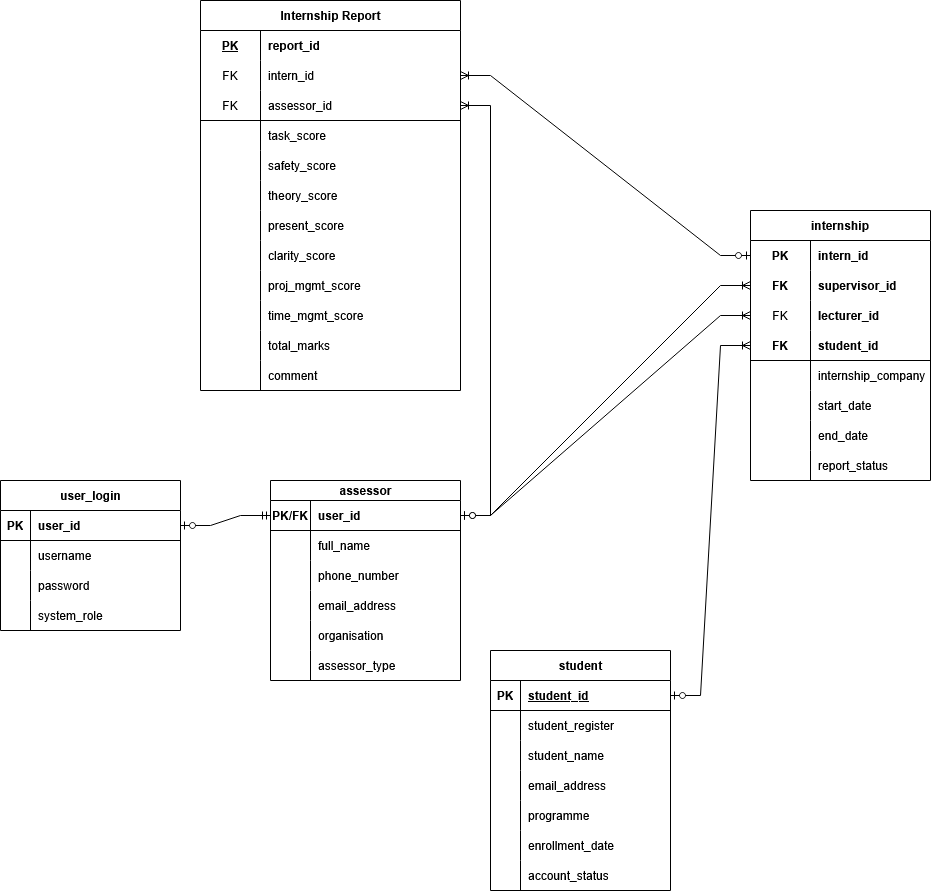
Aerodonn/Internship-Result-Management-System keeps this draw.io diagram as ER_Diagram.png. Above is the earlier version. Source tidied: cells renumbered, new cells last; positions are measured from the earlier drawing's top-left corner, leaving out a move shared by most shapes.
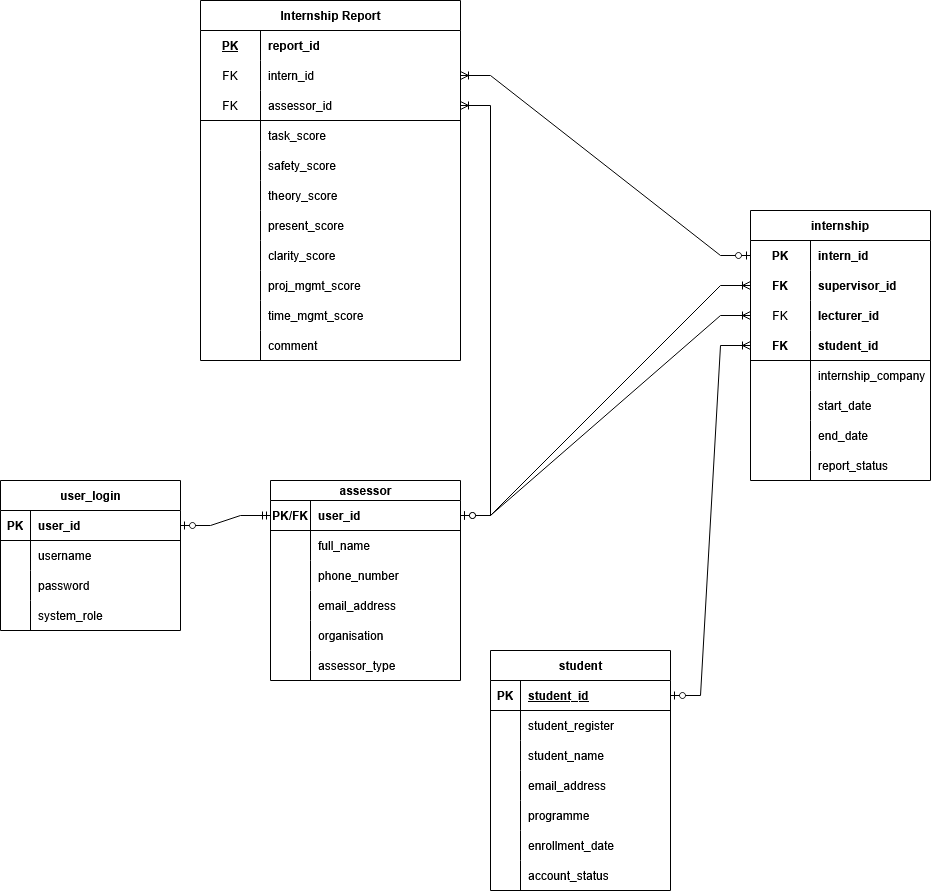
Above is the later version.

Commit message:
updated ER Diagram to remove total_marks

Change to the diagram source:
```diff
@@ -144,7 +144,7 @@
       <mxGeometry x="60" width="120" height="30" as="geometry" />
     </mxCell>
     <mxCell id="49" value="Internship Report" style="shape=table;startSize=30;rowLines=0;fontStyle=1;align=center;html=1;" parent="1" vertex="1">
-      <mxGeometry x="200" width="260" height="390" as="geometry" />
+      <mxGeometry x="200" width="260" height="360" as="geometry" />
     </mxCell>
     <mxCell id="50" style="shape=tableRow;horizontal=0;startSize=0;swimlaneHead=0;swimlaneBody=0;fillColor=none;top=0;left=0;right=0;bottom=0;" parent="49" vertex="1">
       <mxGeometry y="30" width="260" height="30" as="geometry" />
@@ -236,17 +236,8 @@
     <mxCell id="79" value="time_mgmt_score" style="shape=partialRectangle;fillColor=none;top=0;left=0;bottom=0;right=0;align=left;spacingLeft=6;overflow=hidden;" parent="77" vertex="1">
       <mxGeometry x="60" width="200" height="30" as="geometry" />
     </mxCell>
-    <mxCell id="80" style="shape=tableRow;horizontal=0;startSize=0;swimlaneHead=0;swimlaneBody=0;fillColor=none;top=0;left=0;right=0;bottom=0;" parent="49" vertex="1">
-      <mxGeometry y="330" width="260" height="30" as="geometry" />
-    </mxCell>
-    <mxCell id="81" style="shape=partialRectangle;fillColor=none;top=0;left=0;bottom=0;right=0;overflow=hidden;" parent="80" vertex="1">
-      <mxGeometry width="60" height="30" as="geometry" />
-    </mxCell>
-    <mxCell id="82" value="total_marks" style="shape=partialRectangle;fillColor=none;top=0;left=0;bottom=0;right=0;align=left;spacingLeft=6;overflow=hidden;" parent="80" vertex="1">
-      <mxGeometry x="60" width="200" height="30" as="geometry" />
-    </mxCell>
     <mxCell id="83" style="shape=tableRow;horizontal=0;startSize=0;swimlaneHead=0;swimlaneBody=0;fillColor=none;top=0;left=0;right=0;bottom=0;" parent="49" vertex="1">
-      <mxGeometry y="360" width="260" height="30" as="geometry" />
+      <mxGeometry y="330" width="260" height="30" as="geometry" />
     </mxCell>
     <mxCell id="84" style="shape=partialRectangle;fillColor=none;top=0;left=0;bottom=0;right=0;overflow=hidden;" parent="83" vertex="1">
       <mxGeometry width="60" height="30" as="geometry" />
```
